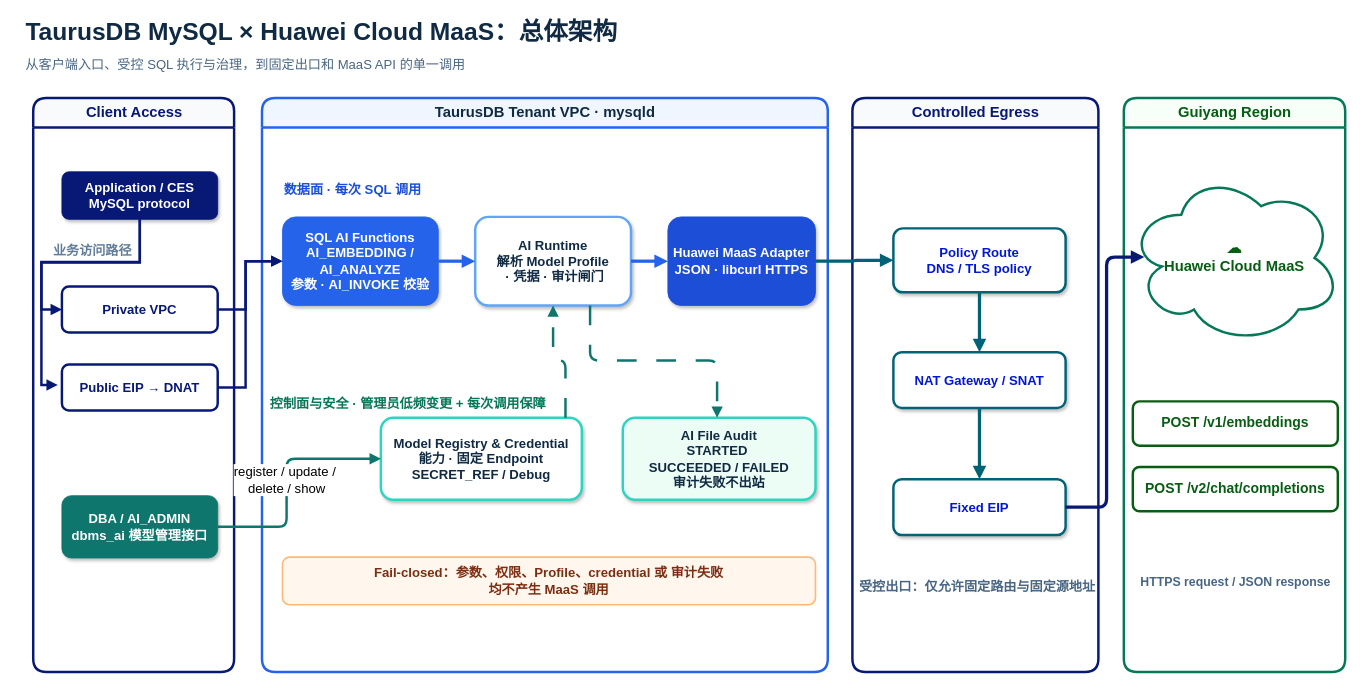
This is page "00 Review Architecture" (1 of 12) of Docs/db4ai/assets/taurusdb-maas-committer-diagrams.drawio from ZhuQingping/AliSQL, a draw.io file, before an edit. Source tidied: cells renumbered, new cells numbered last; positions are measured from the earlier drawing's top-left corner, leaving out a move shared by most shapes. Both pictures are drawn from the tidied source at 82%, with x=0, y=0 at pixel (14, 14).
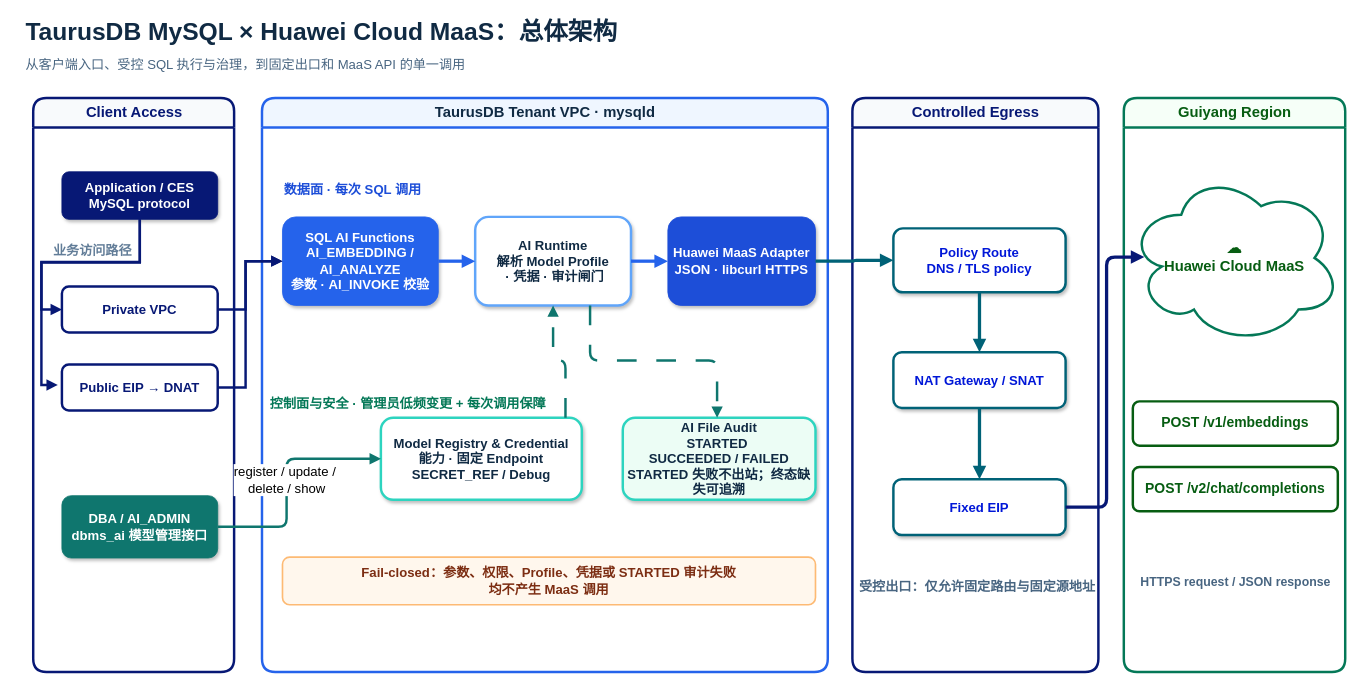
Above is the later version.

Commit message (it also covers changes not shown here):
docs: refine maas design review

What changed in the source:
```diff
@@
-    <mxCell id="20" value="AI File Audit&lt;br&gt;STARTED&amp;nbsp;&lt;div&gt;SUCCEEDED / FAILED&lt;br&gt;审计失败不出站&lt;/div&gt;" style="rounded=1;whiteSpace=wrap;html=1;fillColor=#ECFDF5;strokeColor=#2DD4BF;strokeWidth=3;fontColor=#102A43;fontSize=16;fontStyle=1;shadow=1;fontFamily=Helvetica;" parent="1" vertex="1">
+    <mxCell id="20" value="AI File Audit&lt;br&gt;STARTED&amp;nbsp;&lt;div&gt;SUCCEEDED / FAILED&lt;br&gt;STARTED 失败不出站；终态缺失可追溯&lt;/div&gt;" style="rounded=1;whiteSpace=wrap;html=1;fillColor=#ECFDF5;strokeColor=#2DD4BF;strokeWidth=3;fontColor=#102A43;fontSize=16;fontStyle=1;shadow=1;fontFamily=Helvetica;" parent="1" vertex="1">
       <mxGeometry x="742" y="492" width="235" height="100" as="geometry" />
     </mxCell>
-    <mxCell id="21" value="Fail-closed：参数、权限、Profile、credential 或 审计失败&lt;div&gt;均不产生 MaaS 调用&lt;/div&gt;" style="rounded=1;whiteSpace=wrap;html=1;fillColor=#FFF7ED;strokeColor=#FDBA74;strokeWidth=2;fontColor=#7C2D12;fontSize=16;fontStyle=1;fontFamily=Helvetica;" parent="1" vertex="1">
+    <mxCell id="21" value="Fail-closed：参数、权限、Profile、凭据或 STARTED 审计失败&lt;div&gt;均不产生 MaaS 调用&lt;/div&gt;" style="rounded=1;whiteSpace=wrap;html=1;fillColor=#FFF7ED;strokeColor=#FDBA74;strokeWidth=2;fontColor=#7C2D12;fontSize=16;fontStyle=1;fontFamily=Helvetica;" parent="1" vertex="1">
       <mxGeometry x="327" y="662" width="650" height="58" as="geometry" />
     </mxCell>
```
